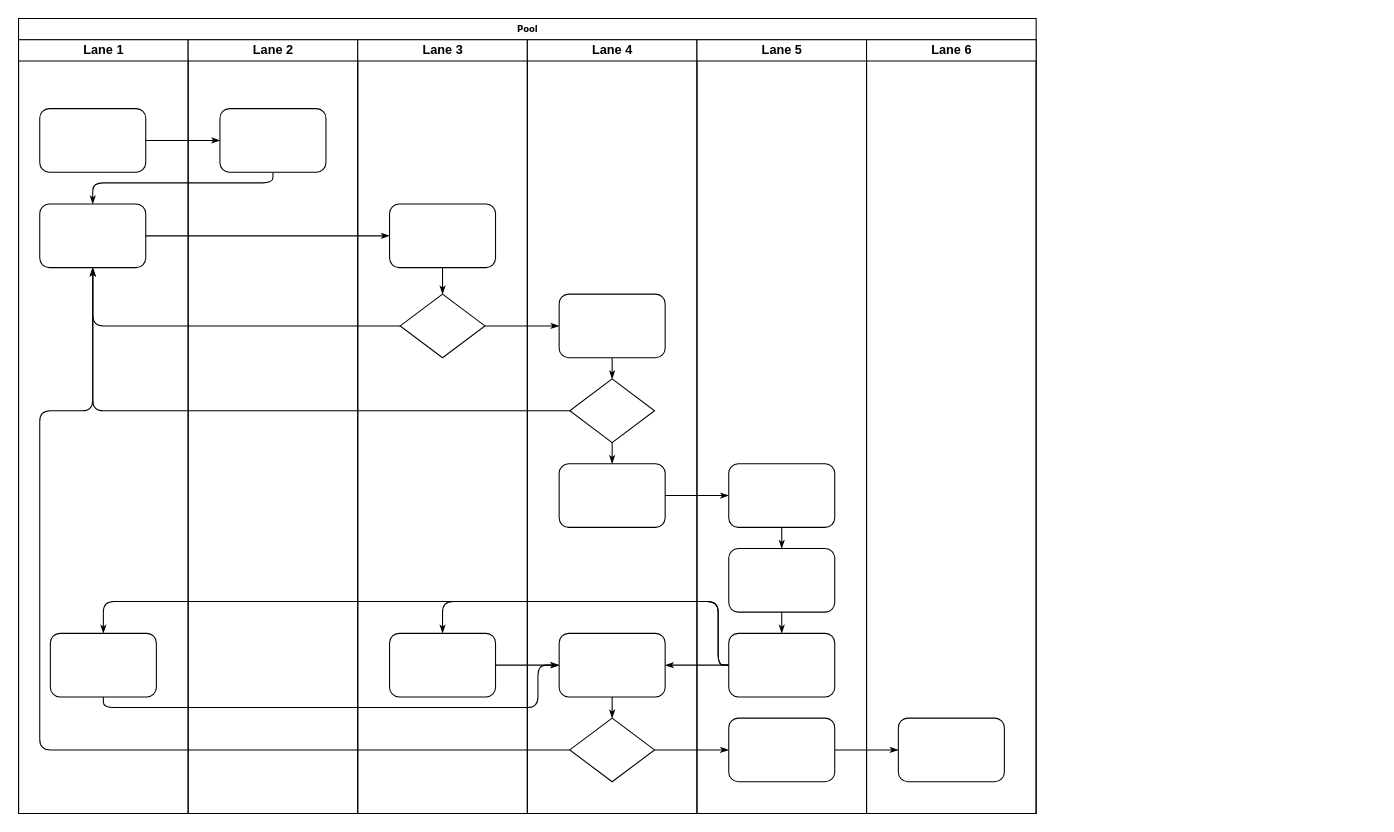
Earlier version of the draw.io diagram src/main/resources/爱学习流程图.drawio (likedong/ho). Source tidied: cells renumbered, new cells numbered last; positions are measured from the earlier drawing's top-left corner, leaving out a move shared by most shapes. Both pictures are drawn from the tidied source at 106%, with x=0, y=0 at pixel (18, 18).
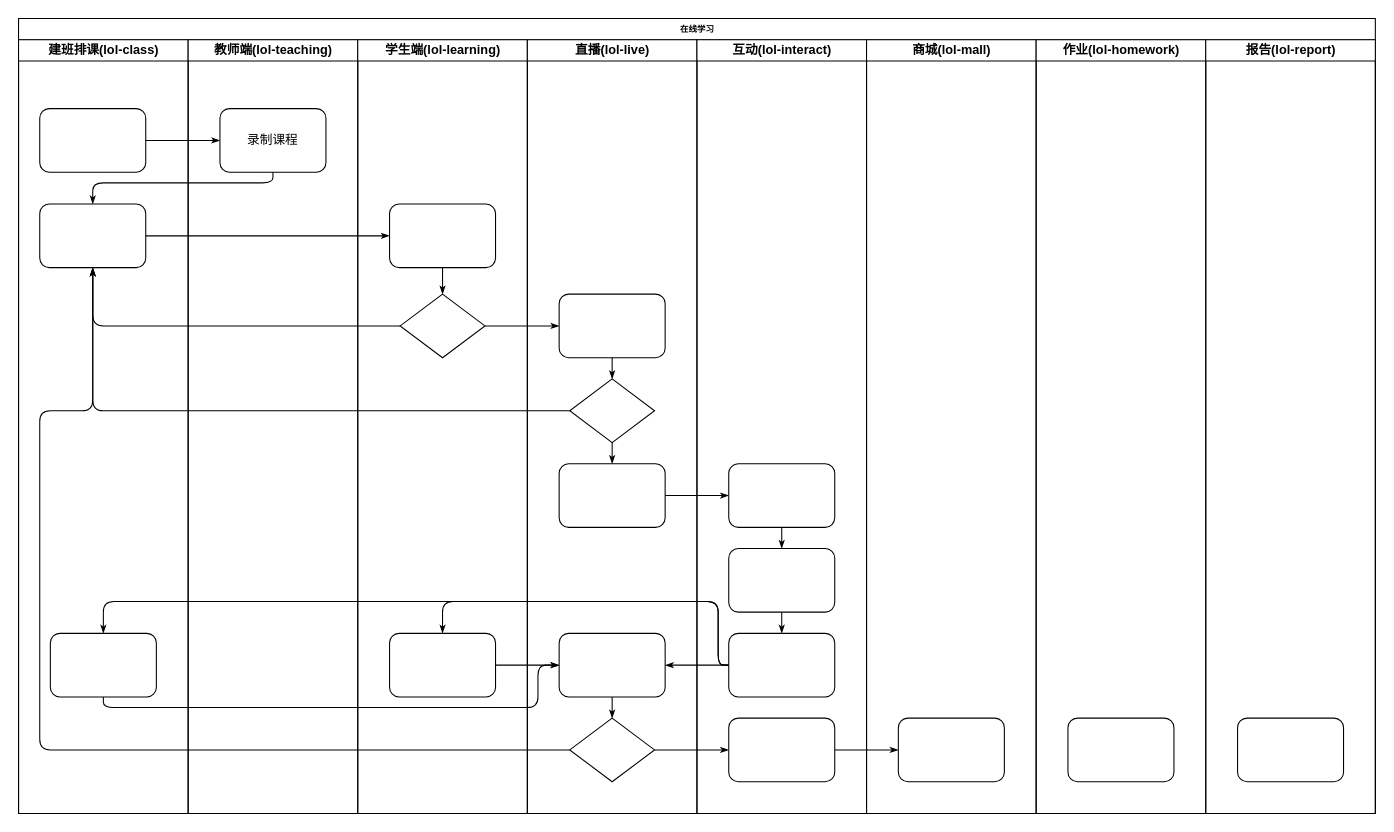
Above is the later version.

Commit message:
Update 爱学习流程图.drawio

The edit, as a diff of the source:
```diff
@@
-    <mxCell id="2" value="Pool" style="swimlane;html=1;startSize=20;rounded=0;shadow=0;labelBackgroundColor=none;strokeWidth=1;fontFamily=Verdana;fontSize=8;align=center;" parent="1" vertex="1">
-      <mxGeometry width="960" height="750" as="geometry" />
+    <mxCell id="2" value="在线学习" style="swimlane;html=1;startSize=20;rounded=0;shadow=0;labelBackgroundColor=none;strokeWidth=1;fontFamily=Verdana;fontSize=8;align=center;" parent="1" vertex="1">
+      <mxGeometry width="1280" height="750" as="geometry" />
     </mxCell>
-    <mxCell id="3" value="Lane 1" style="swimlane;html=1;startSize=20;" parent="2" vertex="1">
+    <mxCell id="3" value="建班排课(lol-class)" style="swimlane;html=1;startSize=20;" parent="2" vertex="1">
       <mxGeometry y="20" width="160" height="730" as="geometry" />
     </mxCell>
@@
-    <mxCell id="22" value="Lane 2" style="swimlane;html=1;startSize=20;" parent="2" vertex="1">
+    <mxCell id="22" value="教师端(lol-teaching)" style="swimlane;html=1;startSize=20;" parent="2" vertex="1">
       <mxGeometry x="160" y="20" width="160" height="730" as="geometry" />
     </mxCell>
-    <mxCell id="23" style="rounded=1;whiteSpace=wrap;html=1;shadow=0;labelBackgroundColor=none;strokeWidth=1;fontFamily=Verdana;fontSize=8;align=center;" parent="22" vertex="1">
+    <mxCell id="23" value="&lt;font style=&quot;font-size: 12px&quot;&gt;录制课程&lt;/font&gt;" style="rounded=1;whiteSpace=wrap;html=1;shadow=0;labelBackgroundColor=none;strokeWidth=1;fontFamily=Verdana;fontSize=8;align=center;" parent="22" vertex="1">
       <mxGeometry x="30" y="65" width="100" height="60" as="geometry" />
     </mxCell>
-    <mxCell id="24" value="Lane 3" style="swimlane;html=1;startSize=20;" parent="2" vertex="1">
+    <mxCell id="24" value="学生端(lol-learning)" style="swimlane;html=1;startSize=20;" parent="2" vertex="1">
       <mxGeometry x="320" y="20" width="160" height="730" as="geometry" />
     </mxCell>
@@
-    <mxCell id="29" value="Lane 4" style="swimlane;html=1;startSize=20;" parent="2" vertex="1">
+    <mxCell id="29" value="直播(lol-live)" style="swimlane;html=1;startSize=20;" parent="2" vertex="1">
       <mxGeometry x="480" y="20" width="160" height="730" as="geometry" />
     </mxCell>
@@
-    <mxCell id="38" value="Lane 5" style="swimlane;html=1;startSize=20;" parent="2" vertex="1">
+    <mxCell id="38" value="互动(lol-interact)" style="swimlane;html=1;startSize=20;" parent="2" vertex="1">
       <mxGeometry x="640" y="20" width="160" height="730" as="geometry" />
     </mxCell>
@@
-    <mxCell id="45" value="Lane 6" style="swimlane;html=1;startSize=20;" parent="2" vertex="1">
+    <mxCell id="45" value="商城(lol-mall)" style="swimlane;html=1;startSize=20;" parent="2" vertex="1">
       <mxGeometry x="800" y="20" width="160" height="730" as="geometry" />
     </mxCell>
@@
+    <mxCell id="47" value="作业(lol-homework)" style="swimlane;html=1;startSize=20;" parent="1" vertex="1">
+      <mxGeometry x="960" y="20" width="160" height="730" as="geometry" />
+    </mxCell>
+    <mxCell id="48" style="rounded=1;whiteSpace=wrap;html=1;shadow=0;labelBackgroundColor=none;strokeWidth=1;fontFamily=Verdana;fontSize=8;align=center;" parent="47" vertex="1">
+      <mxGeometry x="30" y="640" width="100" height="60" as="geometry" />
+    </mxCell>
+    <mxCell id="49" value="报告(lol-report)" style="swimlane;html=1;startSize=20;" parent="1" vertex="1">
+      <mxGeometry x="1120" y="20" width="160" height="730" as="geometry" />
+    </mxCell>
+    <mxCell id="50" style="rounded=1;whiteSpace=wrap;html=1;shadow=0;labelBackgroundColor=none;strokeWidth=1;fontFamily=Verdana;fontSize=8;align=center;" parent="49" vertex="1">
+      <mxGeometry x="30" y="640" width="100" height="60" as="geometry" />
+    </mxCell>
```
